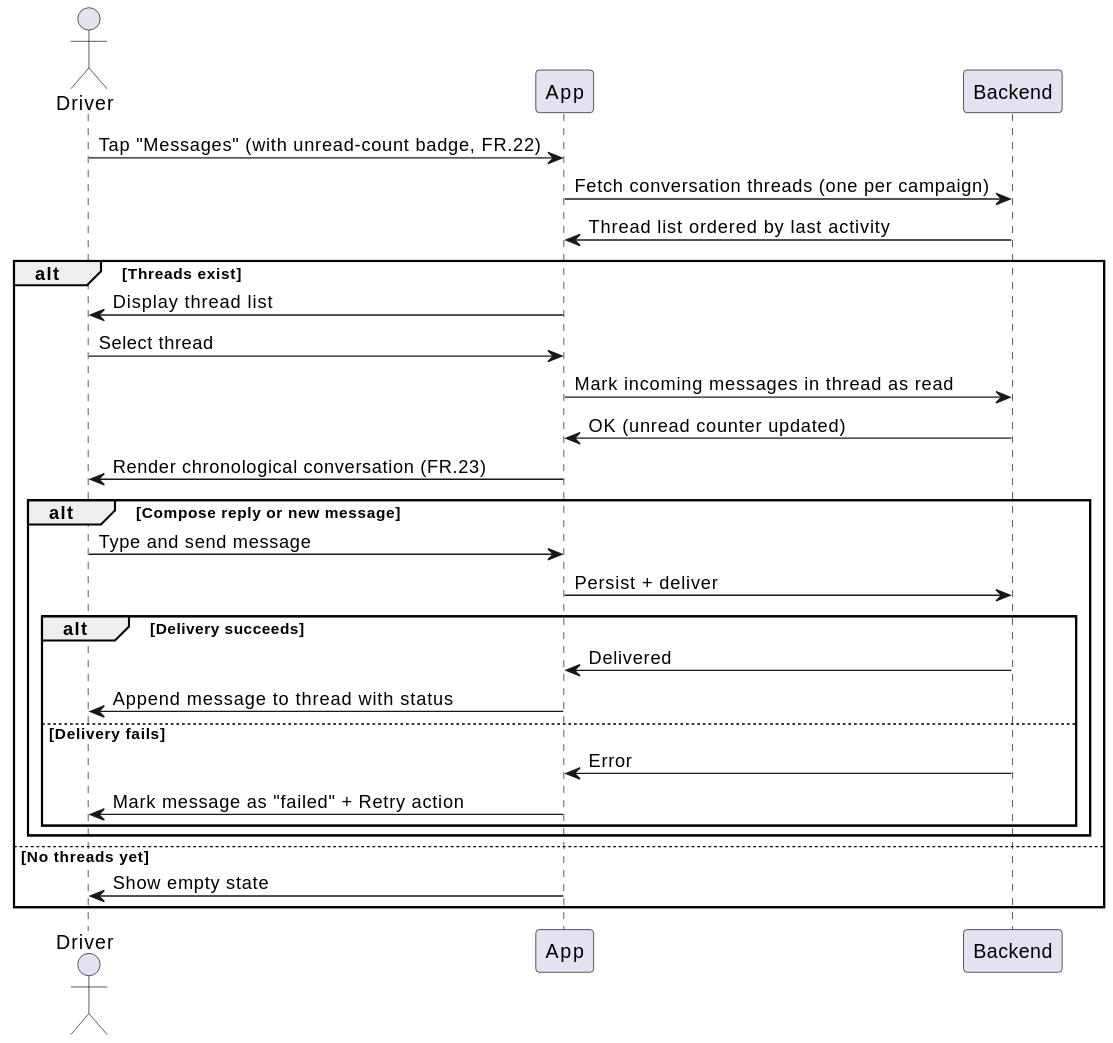
The PlantUML diagram DOCS/Usecases/User/MessageCompany/MessageCompany.svg in TheXik/Ad-on-Wheels, before a commit.
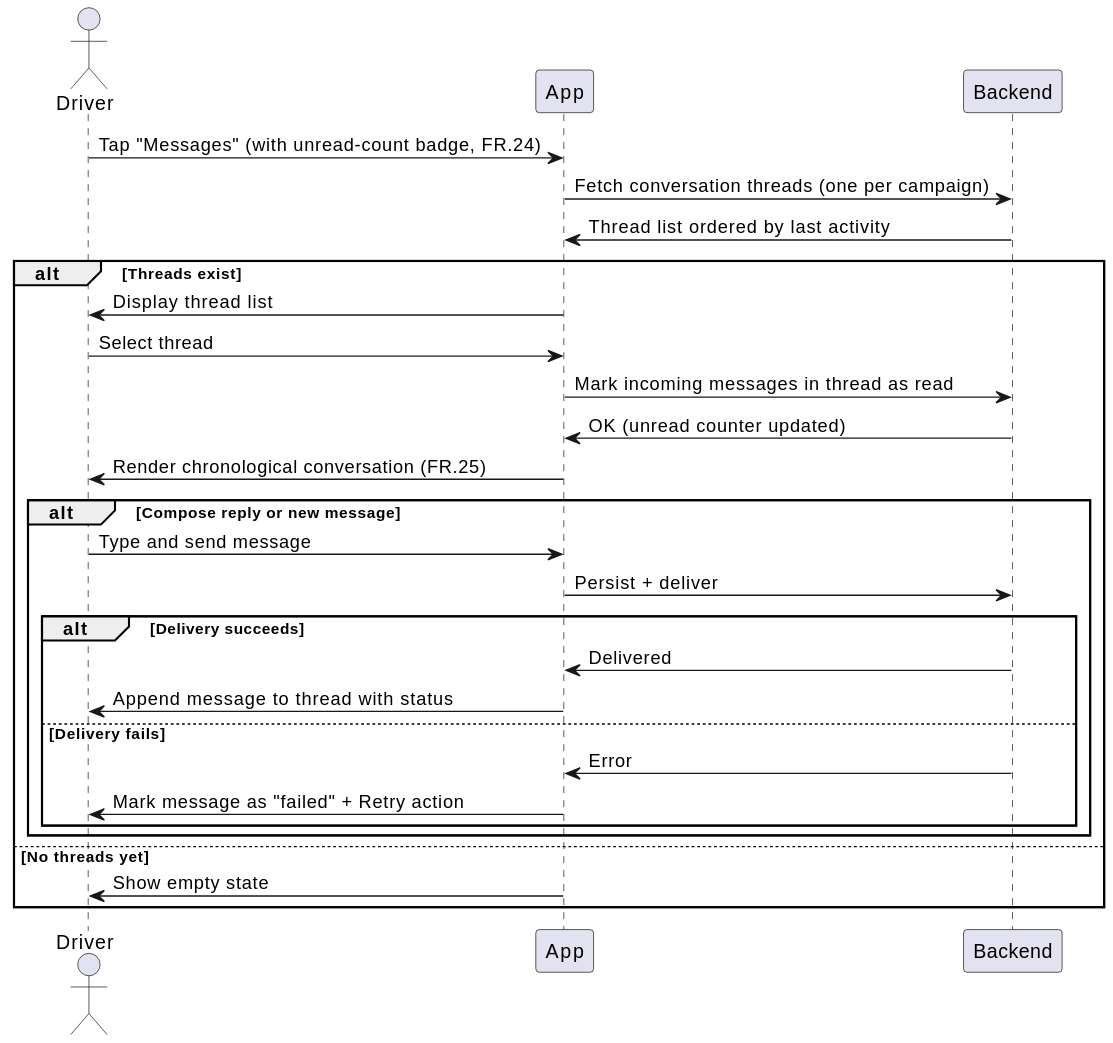
After the commit.

Change to the diagram source:
```diff
@@ -1,7 +1,7 @@
 @startuml
 actor Driver
 
-Driver -> App : Tap "Messages" (with unread-count badge, FR.22)
+Driver -> App : Tap "Messages" (with unread-count badge, FR.24)
 App -> Backend : Fetch conversation threads (one per campaign)
 Backend -> App : Thread list ordered by last activity
 
@@ -10,7 +10,7 @@
     Driver -> App : Select thread
     App -> Backend : Mark incoming messages in thread as read
     Backend -> App : OK (unread counter updated)
-    App -> Driver : Render chronological conversation (FR.23)
+    App -> Driver : Render chronological conversation (FR.25)
 
     alt Compose reply or new message
         Driver -> App : Type and send message
```
